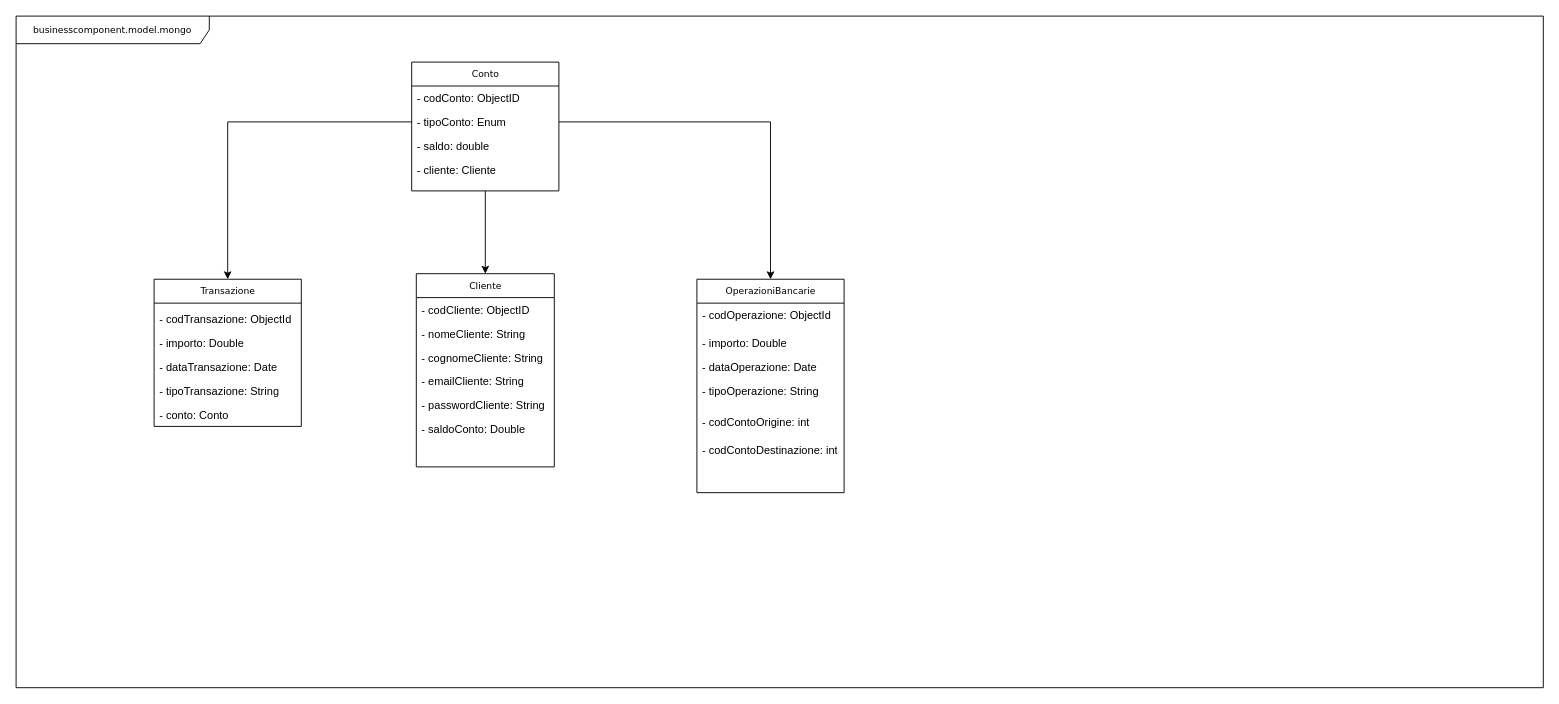
This is page "modelMongo" (2 of 4) of DiagrammaCalssi.drawio from davide-vigano-tas/applicazione-bancaria, a draw.io file, before an edit. Source tidied: cells renumbered, new cells numbered last; positions are measured from the earlier drawing's top-left corner, leaving out a move shared by most shapes. Both pictures are drawn from the tidied source at 92%, with x=0, y=0 at pixel (16, 16).
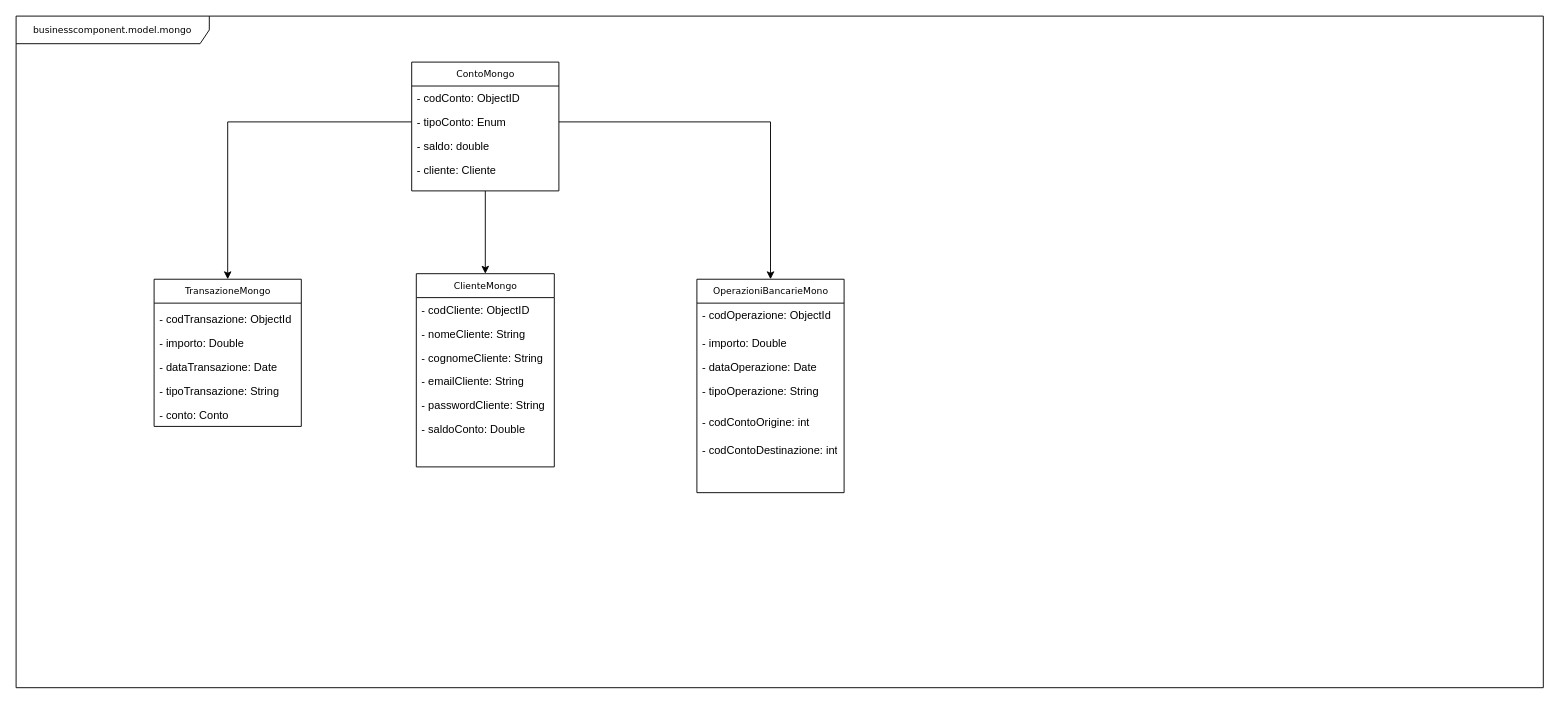
The same page after the edit.

The change refers to these unchanged cells:
```xml
<mxCell id="3" style="group;" parent="1" vertex="1">
  <mxGeometry x="150" y="290" width="160" height="160" as="geometry" />
</mxCell>
<mxCell id="10" style="group;" parent="1" vertex="1">
  <mxGeometry x="740" y="290" width="160" height="210" as="geometry" />
</mxCell>
```

Change to the diagram source:
```diff
@@
-    <mxCell id="4" value="Transazione" style="swimlane;html=1;fontStyle=0;horizontal=1;startSize=26;fillColor=none;swimlaneFillColor=#ffffff;rounded=0;shadow=0;comic=0;labelBackgroundColor=none;strokeWidth=1;fontFamily=Verdana;fontSize=10;align=center;" parent="3" vertex="1">
+    <mxCell id="4" value="TransazioneMongo" style="swimlane;html=1;fontStyle=0;horizontal=1;startSize=26;fillColor=none;swimlaneFillColor=#ffffff;rounded=0;shadow=0;comic=0;labelBackgroundColor=none;strokeWidth=1;fontFamily=Verdana;fontSize=10;align=center;" parent="3" vertex="1">
       <mxGeometry y="-4" width="160" height="160" as="geometry" />
     </mxCell>
@@
-    <mxCell id="11" value="OperazioniBancarie" style="swimlane;html=1;fontStyle=0;horizontal=1;startSize=26;fillColor=none;swimlaneFillColor=#ffffff;rounded=0;shadow=0;comic=0;labelBackgroundColor=none;strokeWidth=1;fontFamily=Verdana;fontSize=10;align=center;" parent="10" vertex="1">
+    <mxCell id="11" value="OperazioniBancarieMono" style="swimlane;html=1;fontStyle=0;horizontal=1;startSize=26;fillColor=none;swimlaneFillColor=#ffffff;rounded=0;shadow=0;comic=0;labelBackgroundColor=none;strokeWidth=1;fontFamily=Verdana;fontSize=10;align=center;" parent="10" vertex="1">
       <mxGeometry y="-4" width="160" height="232" as="geometry" />
     </mxCell>
@@
-    <mxCell id="21" value="Cliente" style="swimlane;html=1;fontStyle=0;horizontal=1;startSize=26;fillColor=none;swimlaneFillColor=#ffffff;rounded=0;shadow=0;comic=0;labelBackgroundColor=none;strokeWidth=1;fontFamily=Verdana;fontSize=10;align=center;" parent="1" vertex="1">
+    <mxCell id="21" value="ClienteMongo" style="swimlane;html=1;fontStyle=0;horizontal=1;startSize=26;fillColor=none;swimlaneFillColor=#ffffff;rounded=0;shadow=0;comic=0;labelBackgroundColor=none;strokeWidth=1;fontFamily=Verdana;fontSize=10;align=center;" parent="1" vertex="1">
       <mxGeometry x="435" y="280" width="150" height="210" as="geometry" />
     </mxCell>
@@
-    <mxCell id="29" value="Conto" style="swimlane;html=1;fontStyle=0;horizontal=1;startSize=26;fillColor=none;swimlaneFillColor=#ffffff;rounded=0;shadow=0;comic=0;labelBackgroundColor=none;strokeWidth=1;fontFamily=Verdana;fontSize=10;align=center;" parent="1" vertex="1">
+    <mxCell id="29" value="ContoMongo" style="swimlane;html=1;fontStyle=0;horizontal=1;startSize=26;fillColor=none;swimlaneFillColor=#ffffff;rounded=0;shadow=0;comic=0;labelBackgroundColor=none;strokeWidth=1;fontFamily=Verdana;fontSize=10;align=center;" parent="1" vertex="1">
       <mxGeometry x="430" y="50" width="160" height="140" as="geometry" />
     </mxCell>
```
